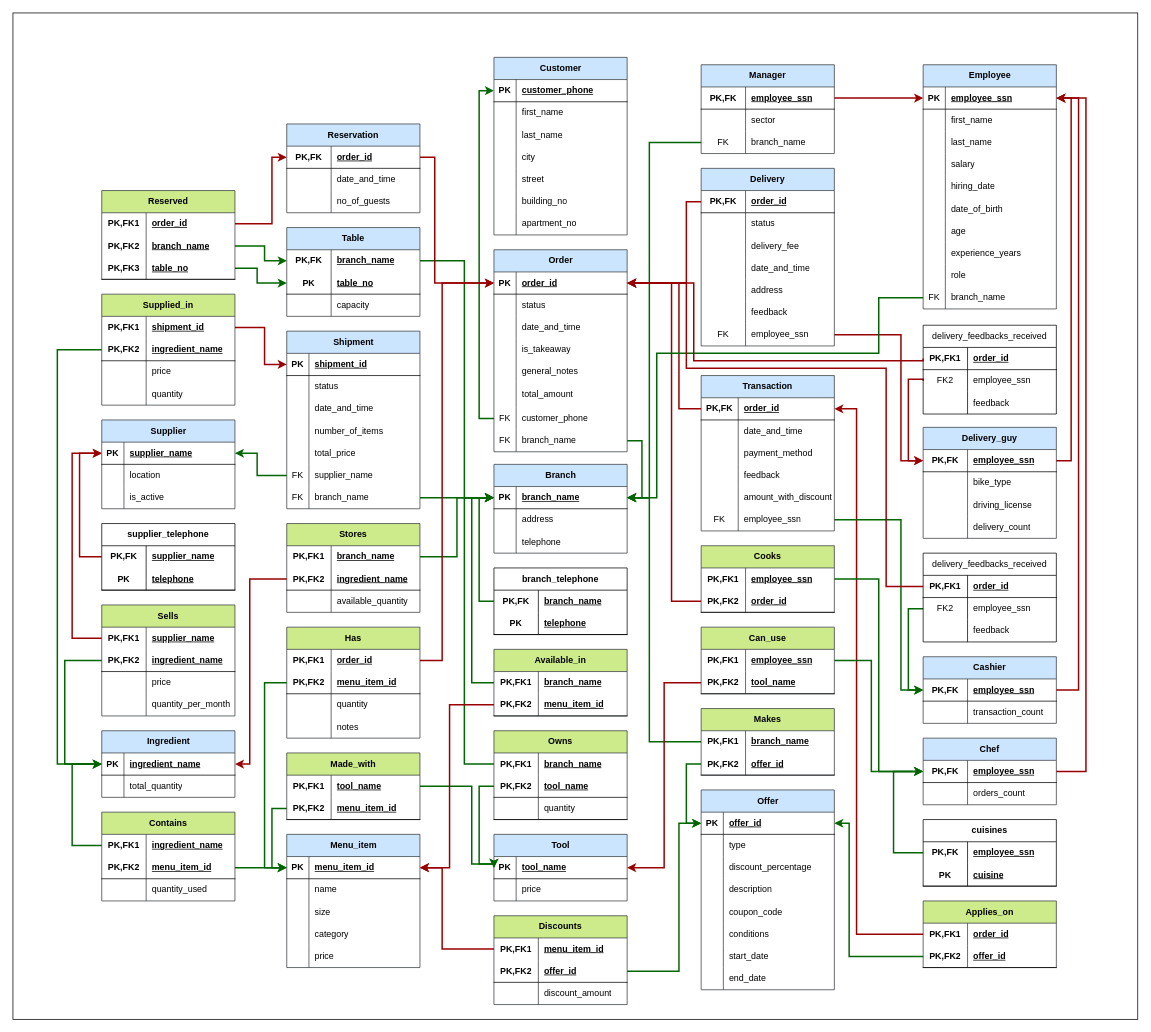
Earlier version of the draw.io diagram diagrams/Relational_model.drawio (Deadreyo/Restaurant-Franchise-SQL-Database). Source tidied: cells renumbered, new cells numbered last; positions are measured from the earlier drawing's top-left corner, leaving out a move shared by most shapes. Both pictures are drawn from the tidied source at 74%, with x=0, y=0 at pixel (13, 13).
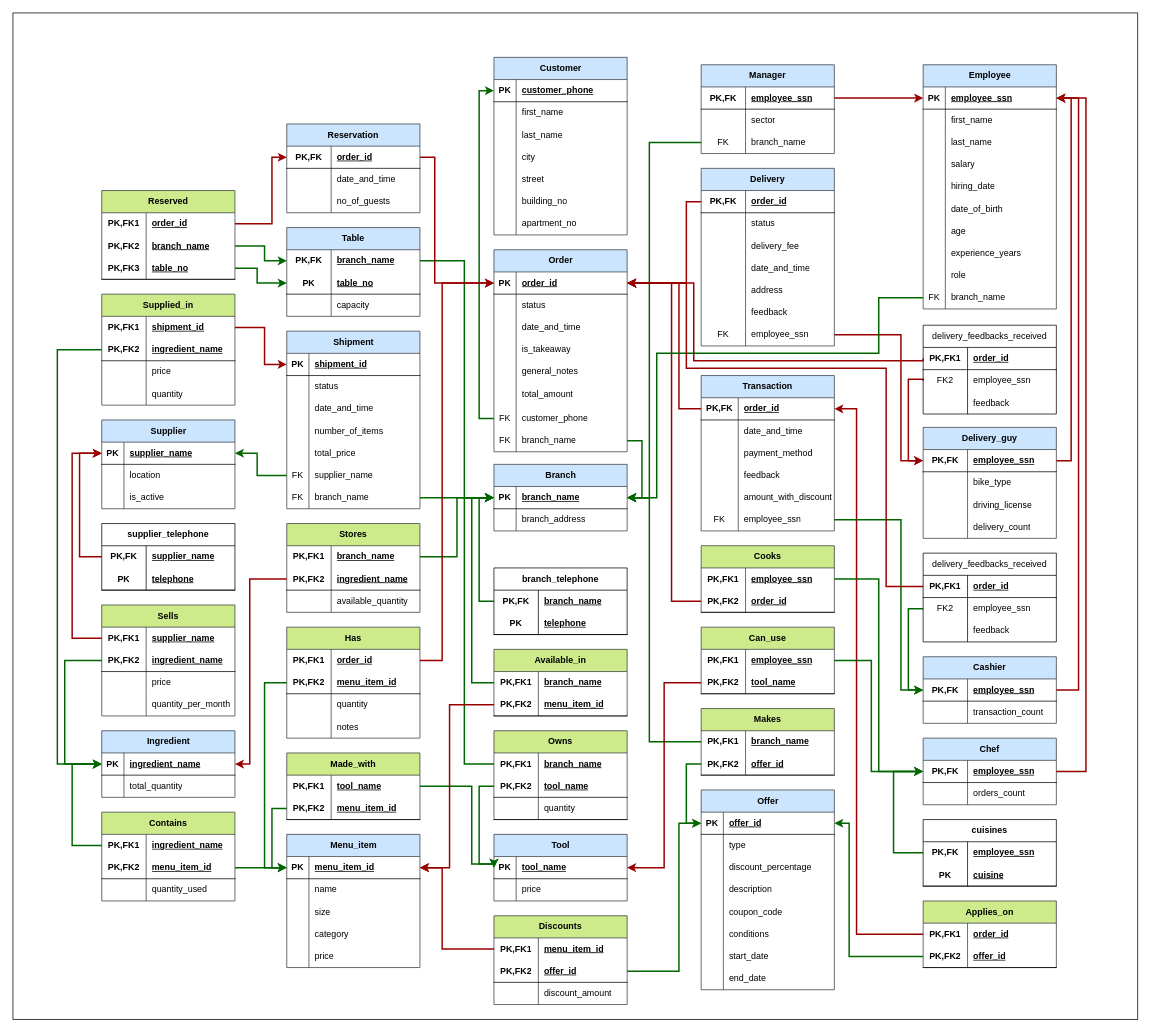
The same diagram, later.

Unchanged cells that the change refers to:
```xml
<mxCell id="109" style="shape=tableRow;horizontal=0;startSize=0;swimlaneHead=0;swimlaneBody=0;fillColor=none;top=0;left=0;right=0;bottom=0;" parent="105" vertex="1">
  <mxGeometry y="60" width="180" height="30" as="geometry" />
</mxCell>
```

Change to the diagram source:
```diff
@@
     <mxCell id="105" value="Branch" style="shape=table;startSize=30;childLayout=tableLayout;rowLines=0;fontStyle=1;align=center;html=1;fillColor=#cce5ff;strokeColor=#36393d;" parent="1" vertex="1">
-      <mxGeometry x="650" y="610" width="180" height="120" as="geometry" />
+      <mxGeometry x="650" y="610" width="180" height="90" as="geometry" />
     </mxCell>
@@
-    <mxCell id="111" value="&lt;span style=&quot;text-align: center;&quot;&gt;address&lt;/span&gt;" style="shape=partialRectangle;fillColor=none;top=0;left=0;bottom=0;right=0;align=left;spacingLeft=6;overflow=hidden;whiteSpace=wrap;html=1;" parent="109" vertex="1">
+    <mxCell id="111" value="&lt;span style=&quot;text-align: center;&quot;&gt;branch_&lt;/span&gt;&lt;span style=&quot;background-color: initial; text-align: center;&quot;&gt;address&lt;/span&gt;" style="shape=partialRectangle;fillColor=none;top=0;left=0;bottom=0;right=0;align=left;spacingLeft=6;overflow=hidden;whiteSpace=wrap;html=1;" parent="109" vertex="1">
       <mxGeometry x="30" width="150" height="30" as="geometry" />
     </mxCell>
-    <mxCell id="112" style="shape=tableRow;horizontal=0;startSize=0;swimlaneHead=0;swimlaneBody=0;fillColor=none;top=0;left=0;right=0;bottom=0;" parent="105" vertex="1">
-      <mxGeometry y="90" width="180" height="30" as="geometry" />
-    </mxCell>
-    <mxCell id="113" style="shape=partialRectangle;fillColor=none;top=0;left=0;bottom=0;right=0;overflow=hidden;whiteSpace=wrap;html=1;" parent="112" vertex="1">
-      <mxGeometry width="30" height="30" as="geometry" />
-    </mxCell>
-    <mxCell id="114" value="&lt;span style=&quot;text-align: center;&quot;&gt;telephone&lt;/span&gt;" style="shape=partialRectangle;fillColor=none;top=0;left=0;bottom=0;right=0;align=left;spacingLeft=6;overflow=hidden;whiteSpace=wrap;html=1;" parent="112" vertex="1">
-      <mxGeometry x="30" width="150" height="30" as="geometry" />
-    </mxCell>
```
